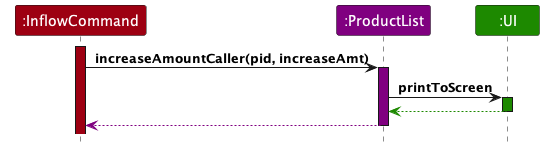
This is docs/images/InflowCommandSequence.png from leongxingyu/tp, a PlantUML export, as it was before one commit.
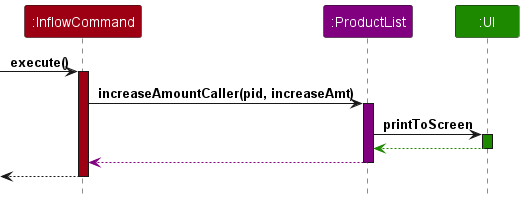
After the change.

Commit message:
Fix action bar for DG sequence diagrams

The edit, as a diff of the source:
```diff
@@ -5,6 +5,7 @@
 Participant ":ProductList" as productlist PRODUCTLIST_COLOR
 Participant ":UI" as ui UI_COLOR
 
+-> command : execute()
 activate command COMMANDS_COLOR
 
 command -> productlist : increaseAmountCaller(pid, increaseAmt)
@@ -18,4 +19,7 @@
 productlist --[PRODUCTLIST_COLOR]> command
 deactivate productlist
 
+<-- command
+deactivate command
+
 @enduml
```
